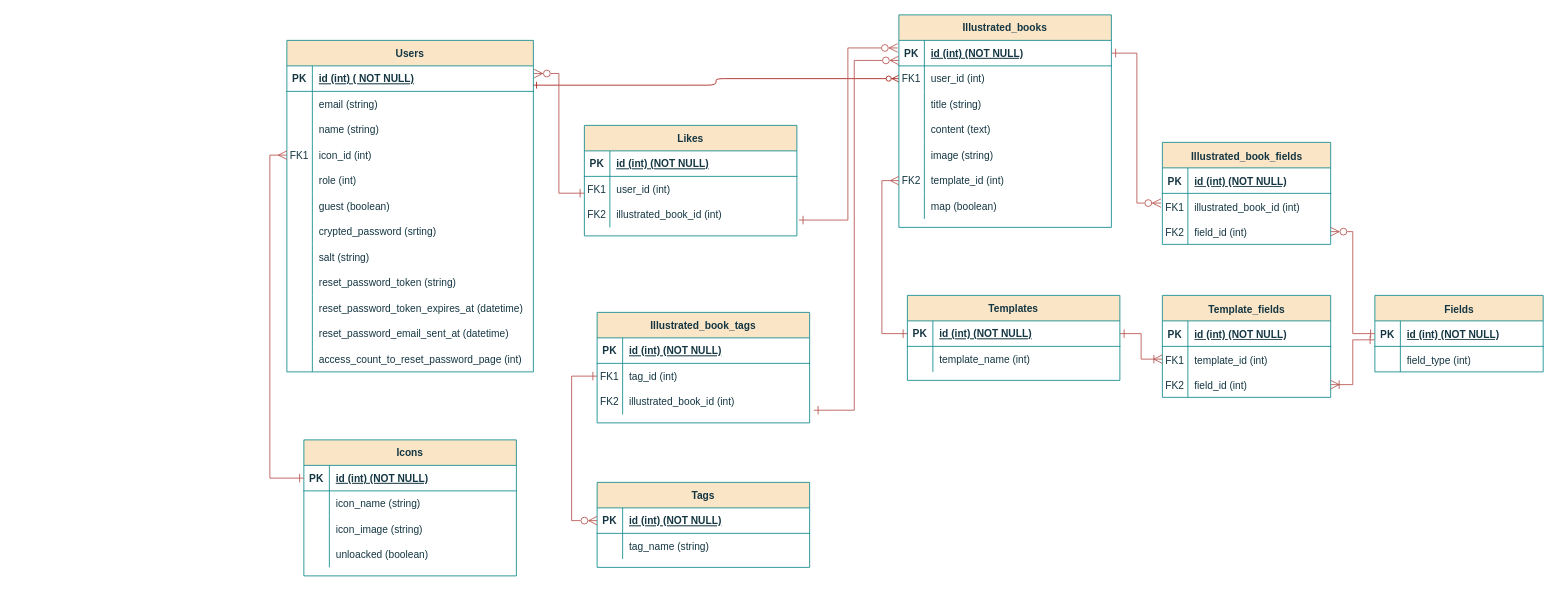
furukoshi12/zukan-create keeps this draw.io diagram as 名称未設定ファイル.drawio. Above is the earlier version. Source tidied: cells renumbered, new cells numbered last; positions are measured from the earlier drawing's top-left corner, leaving out a move shared by most shapes. Both pictures are drawn from the tidied source at 85%, with x=0, y=0 at pixel (269, 14).
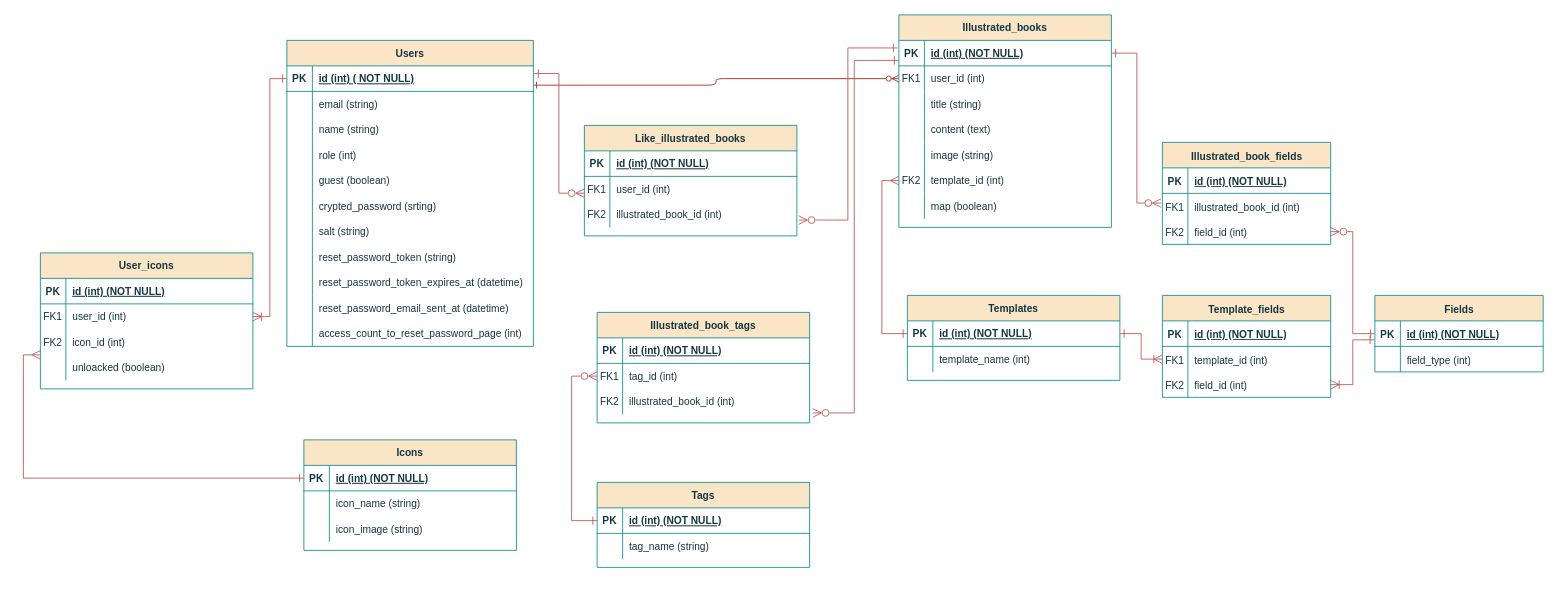
The same page after the edit.

Commit message (it also covers changes not shown here):
名称未設定ファイル.drawio を更新します

Unchanged cells that the change refers to:
```xml
<mxCell id="4" style="shape=partialRectangle;fillColor=none;points=[[0,0.5],[1,0.5]];portConstraint=eastwest;top=0;left=0;right=0;bottom=1;labelBackgroundColor=none;strokeColor=#0F8B8D;fontColor=#143642;" parent="3" vertex="1">
  <mxGeometry y="30" width="250" height="30" as="geometry" />
</mxCell>
<mxCell id="33" style="shape=partialRectangle;fillColor=none;points=[[0,0.5],[1,0.5]];portConstraint=eastwest;top=0;left=0;right=0;bottom=1;labelBackgroundColor=none;strokeColor=#0F8B8D;fontColor=#143642;" parent="32" vertex="1">
  <mxGeometry y="30" width="290" height="30" as="geometry" />
</mxCell>
<mxCell id="70" style="shape=partialRectangle;fillColor=none;points=[[0,0.5],[1,0.5]];portConstraint=eastwest;top=0;left=0;right=0;bottom=1;labelBackgroundColor=none;strokeColor=#0F8B8D;fontColor=#143642;" parent="69" vertex="1">
  <mxGeometry y="30" width="250" height="30" as="geometry" />
</mxCell>
<mxCell id="86" style="shape=partialRectangle;fillColor=none;points=[[0,0.5],[1,0.5]];portConstraint=eastwest;top=0;left=0;right=0;bottom=0;labelBackgroundColor=none;strokeColor=#0F8B8D;fontColor=#143642;" parent="82" vertex="1">
  <mxGeometry y="60" width="250" height="30" as="geometry" />
</mxCell>
<mxCell id="89" style="shape=partialRectangle;fillColor=none;points=[[0,0.5],[1,0.5]];portConstraint=eastwest;top=0;left=0;right=0;bottom=0;labelBackgroundColor=none;strokeColor=#0F8B8D;fontColor=#143642;" parent="82" vertex="1">
  <mxGeometry y="90" width="250" height="30" as="geometry" />
</mxCell>
<mxCell id="93" style="shape=partialRectangle;fillColor=none;points=[[0,0.5],[1,0.5]];portConstraint=eastwest;top=0;left=0;right=0;bottom=1;labelBackgroundColor=none;strokeColor=#0F8B8D;fontColor=#143642;" parent="92" vertex="1">
  <mxGeometry y="30" width="250" height="30" as="geometry" />
</mxCell>
<mxCell id="110" style="shape=partialRectangle;fillColor=none;points=[[0,0.5],[1,0.5]];portConstraint=eastwest;top=0;left=0;right=0;bottom=0;labelBackgroundColor=none;strokeColor=#0F8B8D;fontColor=#143642;" parent="106" vertex="1">
  <mxGeometry y="60" width="250" height="30" as="geometry" />
</mxCell>
<mxCell id="113" style="shape=partialRectangle;fillColor=none;points=[[0,0.5],[1,0.5]];portConstraint=eastwest;top=0;left=0;right=0;bottom=0;labelBackgroundColor=none;strokeColor=#0F8B8D;fontColor=#143642;" parent="106" vertex="1">
  <mxGeometry y="90" width="250" height="30" as="geometry" />
</mxCell>
```

The edit, as a diff of the source:
```diff
@@
     <mxCell id="32" value="Users" style="shape=table;startSize=30;childLayout=tableLayout;rowLines=0;fontStyle=1;align=center;labelBackgroundColor=none;fillColor=#FAE5C7;strokeColor=#0F8B8D;fontColor=#143642;" parent="1" vertex="1">
-      <mxGeometry x="20" y="30" width="290" height="390" as="geometry" />
+      <mxGeometry x="20" y="30" width="290" height="360" as="geometry" />
     </mxCell>
@@
-    <mxCell id="42" style="shape=partialRectangle;fillColor=none;points=[[0,0.5],[1,0.5]];portConstraint=eastwest;top=0;left=0;right=0;bottom=0;labelBackgroundColor=none;strokeColor=#0F8B8D;fontColor=#143642;" parent="32" vertex="1">
-      <mxGeometry y="120" width="290" height="30" as="geometry" />
-    </mxCell>
-    <mxCell id="43" value="FK1" style="shape=partialRectangle;overflow=hidden;fillColor=none;top=0;left=0;bottom=0;right=0;labelBackgroundColor=none;strokeColor=#0F8B8D;fontColor=#143642;" parent="42" vertex="1">
-      <mxGeometry width="30" height="30" as="geometry" />
-    </mxCell>
-    <mxCell id="44" value="icon_id (int)" style="shape=partialRectangle;overflow=hidden;fillColor=none;top=0;left=0;bottom=0;right=0;align=left;spacingLeft=6;labelBackgroundColor=none;strokeColor=#0F8B8D;fontColor=#143642;" parent="42" vertex="1">
-      <mxGeometry x="30" width="260" height="30" as="geometry" />
-    </mxCell>
     <mxCell id="45" style="shape=partialRectangle;fillColor=none;top=0;left=0;right=0;bottom=0;labelBackgroundColor=none;strokeColor=#0F8B8D;fontColor=#143642;" parent="32" vertex="1">
-      <mxGeometry y="150" width="290" height="30" as="geometry" />
+      <mxGeometry y="120" width="290" height="30" as="geometry" />
     </mxCell>
@@
     <mxCell id="48" style="shape=partialRectangle;fillColor=none;top=0;left=0;right=0;bottom=0;labelBackgroundColor=none;strokeColor=#0F8B8D;fontColor=#143642;" parent="32" vertex="1">
-      <mxGeometry y="180" width="290" height="30" as="geometry" />
+      <mxGeometry y="150" width="290" height="30" as="geometry" />
     </mxCell>
@@
     <mxCell id="51" style="shape=partialRectangle;fillColor=none;top=0;left=0;right=0;bottom=0;labelBackgroundColor=none;strokeColor=#0F8B8D;fontColor=#143642;" parent="32" vertex="1">
-      <mxGeometry y="210" width="290" height="30" as="geometry" />
+      <mxGeometry y="180" width="290" height="30" as="geometry" />
     </mxCell>
@@
     <mxCell id="54" style="shape=partialRectangle;fillColor=none;top=0;left=0;right=0;bottom=0;labelBackgroundColor=none;strokeColor=#0F8B8D;fontColor=#143642;" parent="32" vertex="1">
-      <mxGeometry y="240" width="290" height="30" as="geometry" />
+      <mxGeometry y="210" width="290" height="30" as="geometry" />
     </mxCell>
@@
     <mxCell id="57" style="shape=partialRectangle;fillColor=none;top=0;left=0;right=0;bottom=0;labelBackgroundColor=none;strokeColor=#0F8B8D;fontColor=#143642;" parent="32" vertex="1">
-      <mxGeometry y="270" width="290" height="30" as="geometry" />
+      <mxGeometry y="240" width="290" height="30" as="geometry" />
     </mxCell>
@@
     <mxCell id="60" style="shape=partialRectangle;fillColor=none;top=0;left=0;right=0;bottom=0;labelBackgroundColor=none;strokeColor=#0F8B8D;fontColor=#143642;" parent="32" vertex="1">
-      <mxGeometry y="300" width="290" height="30" as="geometry" />
+      <mxGeometry y="270" width="290" height="30" as="geometry" />
     </mxCell>
@@
     <mxCell id="63" style="shape=partialRectangle;fillColor=none;top=0;left=0;right=0;bottom=0;labelBackgroundColor=none;strokeColor=#0F8B8D;fontColor=#143642;" parent="32" vertex="1">
-      <mxGeometry y="330" width="290" height="30" as="geometry" />
+      <mxGeometry y="300" width="290" height="30" as="geometry" />
     </mxCell>
@@
     <mxCell id="66" style="shape=partialRectangle;fillColor=none;top=0;left=0;right=0;bottom=0;labelBackgroundColor=none;strokeColor=#0F8B8D;fontColor=#143642;" parent="32" vertex="1">
-      <mxGeometry y="360" width="290" height="30" as="geometry" />
+      <mxGeometry y="330" width="290" height="30" as="geometry" />
     </mxCell>
@@
     <mxCell id="69" value="Icons" style="shape=table;startSize=30;childLayout=tableLayout;rowLines=0;fontStyle=1;align=center;labelBackgroundColor=none;fillColor=#FAE5C7;strokeColor=#0F8B8D;fontColor=#143642;" parent="1" vertex="1">
-      <mxGeometry x="40" y="500" width="250" height="160" as="geometry" />
+      <mxGeometry x="40" y="500" width="250" height="130" as="geometry" />
     </mxCell>
@@
-    <mxCell id="79" style="shape=partialRectangle;fillColor=none;top=0;left=0;right=0;bottom=0;labelBackgroundColor=none;strokeColor=#0F8B8D;fontColor=#143642;" parent="69" vertex="1">
-      <mxGeometry y="120" width="250" height="30" as="geometry" />
-    </mxCell>
-    <mxCell id="80" style="shape=partialRectangle;overflow=hidden;fillColor=none;top=0;left=0;bottom=0;right=0;labelBackgroundColor=none;strokeColor=#0F8B8D;fontColor=#143642;" parent="79" vertex="1">
-      <mxGeometry width="30" height="30" as="geometry" />
-    </mxCell>
-    <mxCell id="81" value="unloacked (boolean)" style="shape=partialRectangle;overflow=hidden;fillColor=none;top=0;left=0;bottom=0;right=0;align=left;spacingLeft=6;labelBackgroundColor=none;strokeColor=#0F8B8D;fontColor=#143642;" parent="79" vertex="1">
-      <mxGeometry x="30" width="220" height="30" as="geometry" />
-    </mxCell>
-    <mxCell id="82" value="Likes" style="shape=table;startSize=30;childLayout=tableLayout;rowLines=0;fontStyle=1;align=center;labelBackgroundColor=none;fillColor=#FAE5C7;strokeColor=#0F8B8D;fontColor=#143642;" parent="1" vertex="1">
+    <mxCell id="82" value="Like_illustrated_books" style="shape=table;startSize=30;childLayout=tableLayout;rowLines=0;fontStyle=1;align=center;labelBackgroundColor=none;fillColor=#FAE5C7;strokeColor=#0F8B8D;fontColor=#143642;" parent="1" vertex="1">
       <mxGeometry x="370" y="130" width="250" height="130" as="geometry" />
     </mxCell>
@@
-    <mxCell id="116" style="edgeStyle=orthogonalEdgeStyle;rounded=0;jettySize=auto;html=1;exitX=-0.001;exitY=0.785;exitDx=0;exitDy=0;entryX=1.02;entryY=0.836;entryDx=0;entryDy=0;entryPerimeter=0;fontSize=12;startSize=8;endSize=8;endArrow=ERone;endFill=0;startArrow=ERzeroToMany;startFill=0;fillColor=#f8cecc;strokeColor=#b85450;exitPerimeter=0;" parent="1" edge="1" source="4" target="113">
+    <mxCell id="116" style="edgeStyle=orthogonalEdgeStyle;rounded=0;jettySize=auto;html=1;exitX=-0.001;exitY=0.785;exitDx=0;exitDy=0;entryX=1.015;entryY=0.943;entryDx=0;entryDy=0;entryPerimeter=0;fontSize=12;startSize=8;endSize=8;endArrow=ERzeroToMany;endFill=0;startArrow=ERone;startFill=0;fillColor=#f8cecc;strokeColor=#b85450;exitPerimeter=0;" parent="1" edge="1" source="4" target="113">
       <mxGeometry relative="1" as="geometry" />
     </mxCell>
-    <mxCell id="117" style="edgeStyle=orthogonalEdgeStyle;rounded=0;jettySize=auto;html=1;exitX=0;exitY=0.5;exitDx=0;exitDy=0;fontSize=12;startSize=8;endSize=8;startArrow=ERone;startFill=0;endArrow=ERzeroToMany;endFill=0;fillColor=#f8cecc;strokeColor=#b85450;entryX=0;entryY=0.5;entryDx=0;entryDy=0;" parent="1" edge="1" source="110" target="93">
+    <mxCell id="117" style="edgeStyle=orthogonalEdgeStyle;rounded=0;jettySize=auto;html=1;exitX=0;exitY=0.5;exitDx=0;exitDy=0;fontSize=12;startSize=8;endSize=8;startArrow=ERzeroToMany;startFill=0;endArrow=ERone;endFill=0;fillColor=#f8cecc;strokeColor=#b85450;entryX=0;entryY=0.5;entryDx=0;entryDy=0;" parent="1" edge="1" source="110" target="93">
       <mxGeometry relative="1" as="geometry">
         <Array as="points">
           <mxPoint x="355" y="425" />
           <mxPoint x="355" y="595" />
         </Array>
       </mxGeometry>
     </mxCell>
-    <mxCell id="118" style="edgeStyle=orthogonalEdgeStyle;rounded=0;jettySize=auto;html=1;exitX=1.003;exitY=0.301;exitDx=0;exitDy=0;entryX=0;entryY=0.659;entryDx=0;entryDy=0;entryPerimeter=0;fontSize=12;startSize=8;endSize=8;endArrow=ERone;endFill=0;startArrow=ERzeroToMany;startFill=0;fillColor=#f8cecc;strokeColor=#b85450;exitPerimeter=0;" parent="1" edge="1" source="33" target="86">
+    <mxCell id="118" style="edgeStyle=orthogonalEdgeStyle;rounded=0;jettySize=auto;html=1;exitX=1.003;exitY=0.301;exitDx=0;exitDy=0;entryX=0;entryY=0.659;entryDx=0;entryDy=0;entryPerimeter=0;fontSize=12;startSize=8;endSize=8;endArrow=ERzeroToMany;endFill=0;startArrow=ERone;startFill=0;fillColor=#f8cecc;strokeColor=#b85450;exitPerimeter=0;" parent="1" edge="1" source="33" target="86">
       <mxGeometry relative="1" as="geometry" />
     </mxCell>
-    <mxCell id="119" style="edgeStyle=orthogonalEdgeStyle;rounded=0;jettySize=auto;html=1;exitX=-0.006;exitY=0.297;exitDx=0;exitDy=0;entryX=1.009;entryY=0.713;entryDx=0;entryDy=0;entryPerimeter=0;fontSize=12;startSize=8;endSize=8;fillColor=#f8cecc;strokeColor=#b85450;endArrow=ERone;endFill=0;startArrow=ERzeroToMany;startFill=0;exitPerimeter=0;" parent="1" edge="1" source="4" target="89">
+    <mxCell id="119" style="edgeStyle=orthogonalEdgeStyle;rounded=0;jettySize=auto;html=1;exitX=-0.006;exitY=0.297;exitDx=0;exitDy=0;entryX=1.009;entryY=0.713;entryDx=0;entryDy=0;entryPerimeter=0;fontSize=12;startSize=8;endSize=8;fillColor=#f8cecc;strokeColor=#b85450;endArrow=ERzeroToMany;endFill=0;startArrow=ERone;startFill=0;exitPerimeter=0;" parent="1" edge="1" source="4" target="89">
       <mxGeometry relative="1" as="geometry" />
     </mxCell>
-    <mxCell id="120" style="edgeStyle=orthogonalEdgeStyle;rounded=0;jettySize=auto;html=1;exitX=0;exitY=0.5;exitDx=0;exitDy=0;fontSize=12;startSize=8;endSize=8;fillColor=#f8cecc;strokeColor=#b85450;startArrow=ERmany;startFill=0;endArrow=ERone;endFill=0;" parent="1" edge="1" source="42" target="70">
+    <mxCell id="120" style="edgeStyle=orthogonalEdgeStyle;rounded=0;jettySize=auto;html=1;fontSize=12;startSize=8;endSize=8;fillColor=#f8cecc;strokeColor=#b85450;startArrow=ERmany;startFill=0;endArrow=ERone;endFill=0;" parent="1" edge="1" source="152" target="70">
       <mxGeometry relative="1" as="geometry">
         <Array as="points">
-          <mxPoint y="165" />
-          <mxPoint y="545" />
+          <mxPoint x="-290" y="400" />
+          <mxPoint x="-290" y="545" />
         </Array>
       </mxGeometry>
     </mxCell>
@@
+    <mxCell id="146" value="User_icons" style="shape=table;startSize=30;childLayout=tableLayout;rowLines=0;fontStyle=1;align=center;labelBackgroundColor=none;fillColor=#FAE5C7;strokeColor=#0F8B8D;fontColor=#143642;" parent="1" vertex="1">
+      <mxGeometry x="-270" y="280" width="250" height="160" as="geometry" />
+    </mxCell>
+    <mxCell id="147" style="shape=partialRectangle;fillColor=none;top=0;left=0;right=0;bottom=1;labelBackgroundColor=none;strokeColor=#0F8B8D;fontColor=#143642;" parent="146" vertex="1">
+      <mxGeometry y="30" width="250" height="30" as="geometry" />
+    </mxCell>
+    <mxCell id="148" value="PK" style="shape=partialRectangle;overflow=hidden;fillColor=none;top=0;left=0;bottom=0;right=0;fontStyle=1;labelBackgroundColor=none;strokeColor=#0F8B8D;fontColor=#143642;" parent="147" vertex="1">
+      <mxGeometry width="30" height="30" as="geometry" />
+    </mxCell>
+    <mxCell id="149" value="id (int) (NOT NULL)" style="shape=partialRectangle;overflow=hidden;fillColor=none;top=0;left=0;bottom=0;right=0;align=left;spacingLeft=6;fontStyle=5;labelBackgroundColor=none;strokeColor=#0F8B8D;fontColor=#143642;" parent="147" vertex="1">
+      <mxGeometry x="30" width="220" height="30" as="geometry" />
+    </mxCell>
+    <mxCell id="150" style="shape=partialRectangle;fillColor=none;points=[[0,0.5],[1,0.5]];portConstraint=eastwest;top=0;left=0;right=0;bottom=0;labelBackgroundColor=none;strokeColor=#0F8B8D;fontColor=#143642;" parent="146" vertex="1">
+      <mxGeometry y="60" width="250" height="30" as="geometry" />
+    </mxCell>
+    <mxCell id="43" value="FK1" style="shape=partialRectangle;overflow=hidden;fillColor=none;top=0;left=0;bottom=0;right=0;labelBackgroundColor=none;strokeColor=#0F8B8D;fontColor=#143642;" parent="150" vertex="1">
+      <mxGeometry width="30" height="30" as="geometry" />
+    </mxCell>
+    <mxCell id="151" value="user_id (int)" style="shape=partialRectangle;overflow=hidden;fillColor=none;top=0;left=0;bottom=0;right=0;align=left;spacingLeft=6;labelBackgroundColor=none;strokeColor=#0F8B8D;fontColor=#143642;" parent="150" vertex="1">
+      <mxGeometry x="30" width="220" height="30" as="geometry" />
+    </mxCell>
+    <mxCell id="152" style="shape=partialRectangle;fillColor=none;points=[[0,0.5],[1,0.5]];portConstraint=eastwest;top=0;left=0;right=0;bottom=0;labelBackgroundColor=none;strokeColor=#0F8B8D;fontColor=#143642;" parent="146" vertex="1">
+      <mxGeometry y="90" width="250" height="30" as="geometry" />
+    </mxCell>
+    <mxCell id="153" value="FK2" style="shape=partialRectangle;overflow=hidden;fillColor=none;top=0;left=0;bottom=0;right=0;labelBackgroundColor=none;strokeColor=#0F8B8D;fontColor=#143642;" parent="152" vertex="1">
+      <mxGeometry width="30" height="30" as="geometry" />
+    </mxCell>
+    <mxCell id="44" value="icon_id (int)" style="shape=partialRectangle;overflow=hidden;fillColor=none;top=0;left=0;bottom=0;right=0;align=left;spacingLeft=6;labelBackgroundColor=none;strokeColor=#0F8B8D;fontColor=#143642;" parent="152" vertex="1">
+      <mxGeometry x="30" width="220" height="30" as="geometry" />
+    </mxCell>
+    <mxCell id="79" style="shape=partialRectangle;fillColor=none;top=0;left=0;right=0;bottom=0;labelBackgroundColor=none;strokeColor=#0F8B8D;fontColor=#143642;" parent="146" vertex="1">
+      <mxGeometry y="120" width="250" height="30" as="geometry" />
+    </mxCell>
+    <mxCell id="80" style="shape=partialRectangle;overflow=hidden;fillColor=none;top=0;left=0;bottom=0;right=0;labelBackgroundColor=none;strokeColor=#0F8B8D;fontColor=#143642;" parent="79" vertex="1">
+      <mxGeometry width="30" height="30" as="geometry" />
+    </mxCell>
+    <mxCell id="81" value="unloacked (boolean)" style="shape=partialRectangle;overflow=hidden;fillColor=none;top=0;left=0;bottom=0;right=0;align=left;spacingLeft=6;labelBackgroundColor=none;strokeColor=#0F8B8D;fontColor=#143642;" parent="79" vertex="1">
+      <mxGeometry x="30" width="220" height="30" as="geometry" />
+    </mxCell>
+    <mxCell id="154" style="edgeStyle=orthogonalEdgeStyle;rounded=0;jettySize=auto;html=1;exitX=0;exitY=0.5;exitDx=0;exitDy=0;entryX=1;entryY=0.5;entryDx=0;entryDy=0;fontSize=12;startSize=8;endSize=8;fillColor=#f8cecc;strokeColor=#b85450;endArrow=ERoneToMany;endFill=0;startArrow=ERone;startFill=0;" parent="1" edge="1" source="33" target="150">
+      <mxGeometry relative="1" as="geometry" />
+    </mxCell>
```
